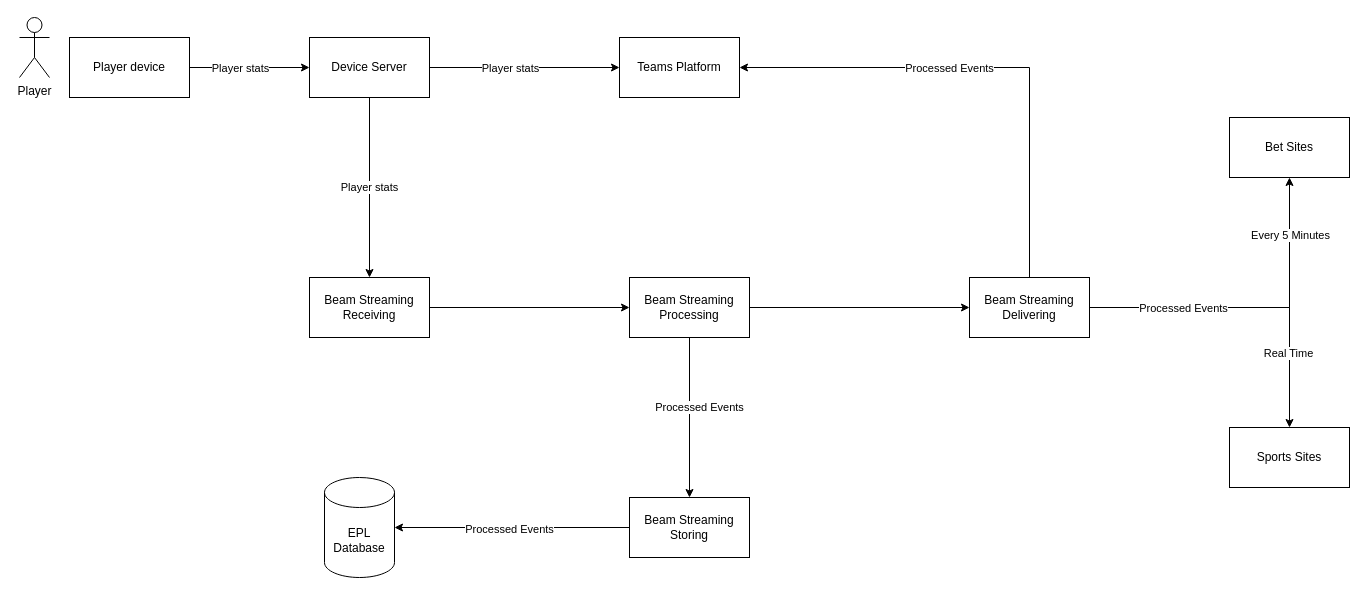
Before: architecture case/arch.drawio in Robinsxsoad/de-challenge-v2, a draw.io diagram. Source tidied: cells renumbered, new cells numbered last; positions are measured from the earlier drawing's top-left corner, leaving out a move shared by most shapes. Both pictures are drawn from the tidied source at 100%, with x=0, y=0 at pixel (19, 17).
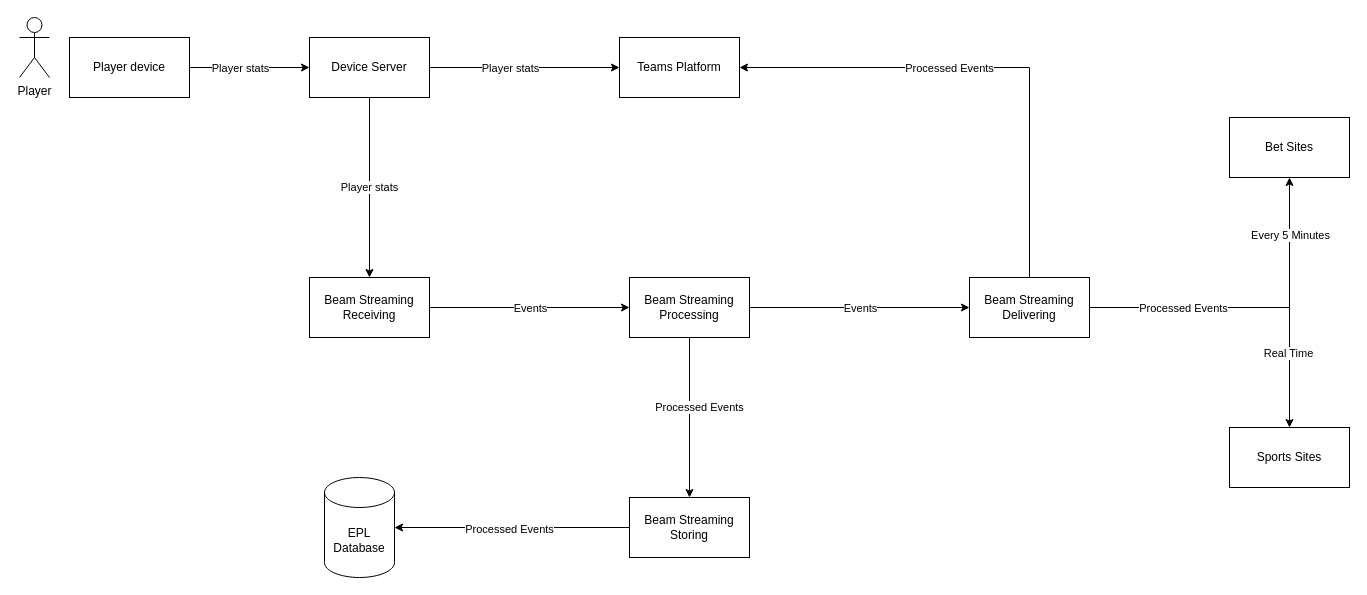
The same page after the edit.

Commit message (it also covers changes not shown here):
CHG: instructions and arch case diagram updated. Added javadoc to option and domain package.

The change refers to these unchanged cells:
```xml
<mxCell id="11" style="edgeStyle=orthogonalEdgeStyle;rounded=0;jettySize=auto;html=1;exitX=1;exitY=0.5;exitDx=0;exitDy=0;entryX=0;entryY=0.5;entryDx=0;entryDy=0;" parent="1" edge="1" source="12" target="16">
  <mxGeometry relative="1" as="geometry" />
</mxCell>
<mxCell id="13" style="edgeStyle=orthogonalEdgeStyle;rounded=0;jettySize=auto;html=1;exitX=1;exitY=0.5;exitDx=0;exitDy=0;entryX=0;entryY=0.5;entryDx=0;entryDy=0;" parent="1" edge="1" source="16" target="24">
  <mxGeometry relative="1" as="geometry" />
</mxCell>
```

Change to the diagram source:
```diff
@@
+    <mxCell id="31" value="Events" style="edgeLabel;html=1;align=center;verticalAlign=middle;" parent="11" vertex="1">
+      <mxGeometry x="0.09" y="4" relative="1" as="geometry">
+        <mxPoint x="-9" y="4" as="offset" />
+      </mxGeometry>
+    </mxCell>
@@
+    <mxCell id="32" value="Events" style="edgeLabel;html=1;align=center;verticalAlign=middle;" parent="13" vertex="1">
+      <mxGeometry x="-0.09" y="1" relative="1" as="geometry">
+        <mxPoint x="10" y="1" as="offset" />
+      </mxGeometry>
+    </mxCell>
```
